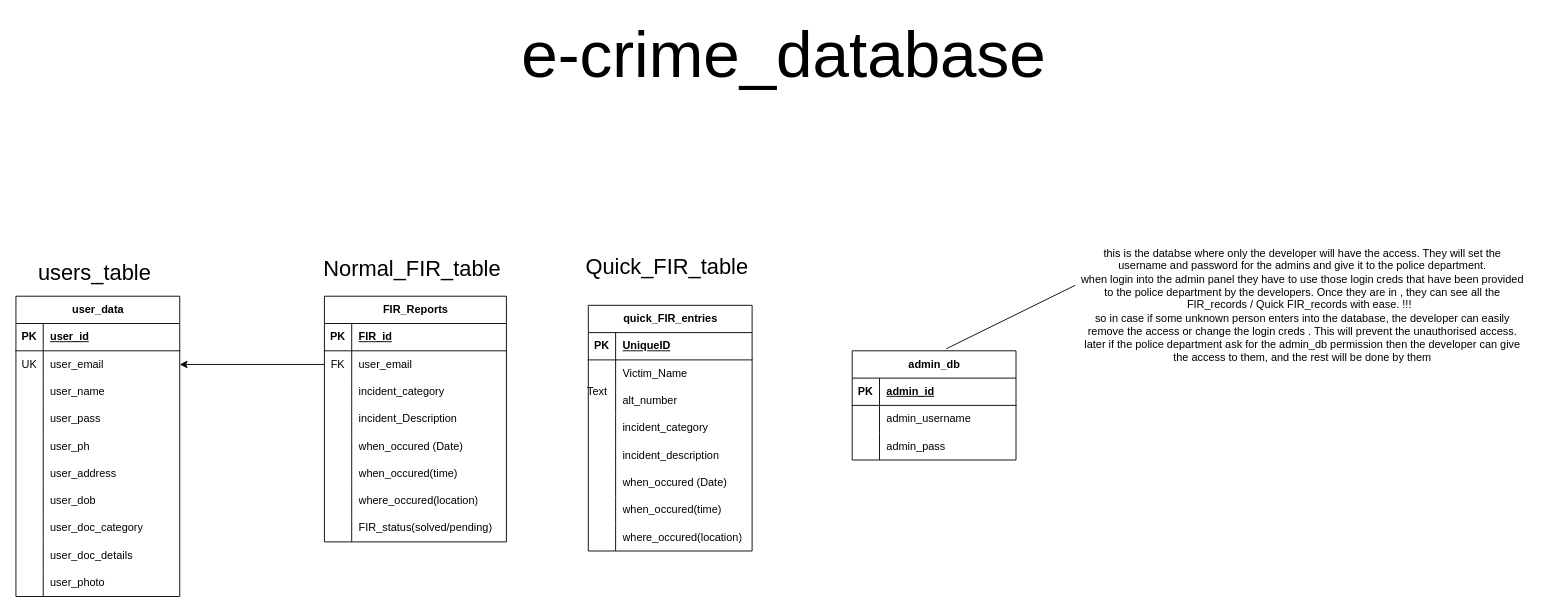
Earlier version of the draw.io diagram erd_java_minor_project.drawio (AKA-RONY/Minor_Project-demo-sketch). Source tidied: cells renumbered, new cells numbered last; positions are measured from the earlier drawing's top-left corner, leaving out a move shared by most shapes. Both pictures are drawn from the tidied source at 91%, with x=0, y=0 at pixel (15, 41).
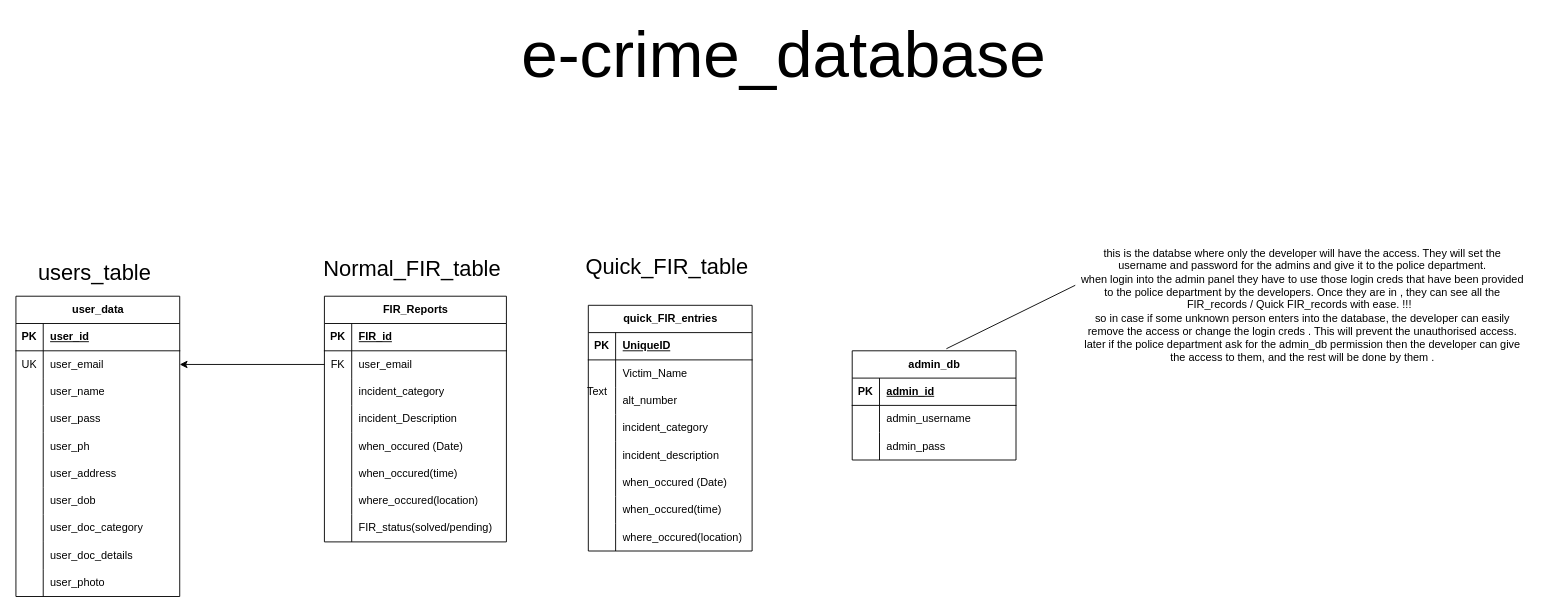
The same diagram, later.

Change to the diagram source:
```diff
@@
-    <mxCell id="94" value="this is the databse where only the developer will have the access. They will set the username and password for the admins and give it to the police department.&lt;br&gt;when login into the admin panel they have to use those login creds that have been provided to the police department by the developers. Once they are in , they can see all the FIR_records / Quick FIR_records with ease. !!!&amp;nbsp;&amp;nbsp;&lt;br&gt;so in case if some unknown person enters into the database, the developer can easily remove the access or change the login creds . This will prevent the unauthorised access.&lt;br&gt;later if the police department ask for the admin_db permission then the developer can give the access to them, and the rest will be done by them" style="text;html=1;strokeColor=none;fillColor=none;align=center;verticalAlign=middle;whiteSpace=wrap;rounded=0;" parent="1" vertex="1">
+    <mxCell id="94" value="this is the databse where only the developer will have the access. They will set the username and password for the admins and give it to the police department.&lt;br&gt;when login into the admin panel they have to use those login creds that have been provided to the police department by the developers. Once they are in , they can see all the FIR_records / Quick FIR_records with ease. !!!&amp;nbsp;&amp;nbsp;&lt;br&gt;so in case if some unknown person enters into the database, the developer can easily remove the access or change the login creds . This will prevent the unauthorised access.&lt;br&gt;later if the police department ask for the admin_db permission then the developer can give the access to them, and the rest will be done by them ." style="text;html=1;strokeColor=none;fillColor=none;align=center;verticalAlign=middle;whiteSpace=wrap;rounded=0;" parent="1" vertex="1">
       <mxGeometry x="1169" y="190" width="490" height="200" as="geometry" />
     </mxCell>
```
